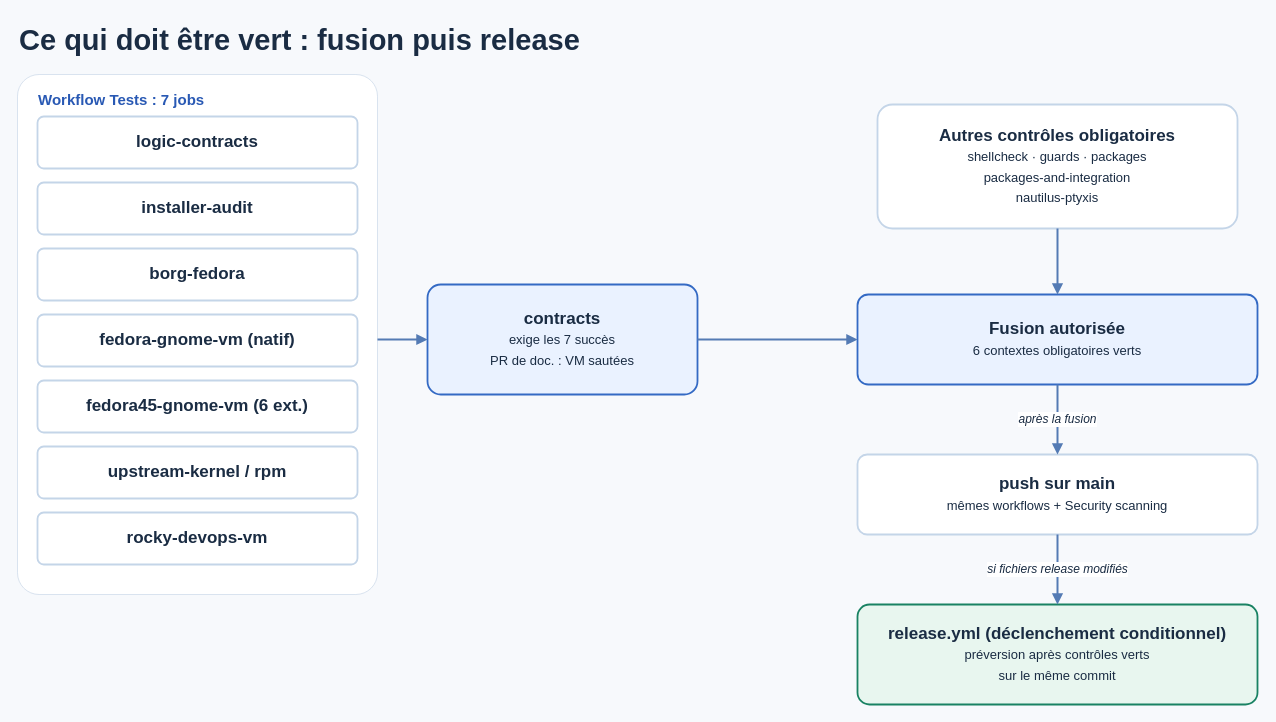
Before: docs/assets/diagrams/ci-fusion-release.drawio in mathiasseguincadiche/FEDORA_GNOME_CUSTOM, a draw.io diagram. Source tidied: cells renumbered, new cells numbered last; positions are measured from the earlier drawing's top-left corner, leaving out a move shared by most shapes. Both pictures are drawn from the tidied source at 100%, with x=0, y=0 at pixel (17, 17).
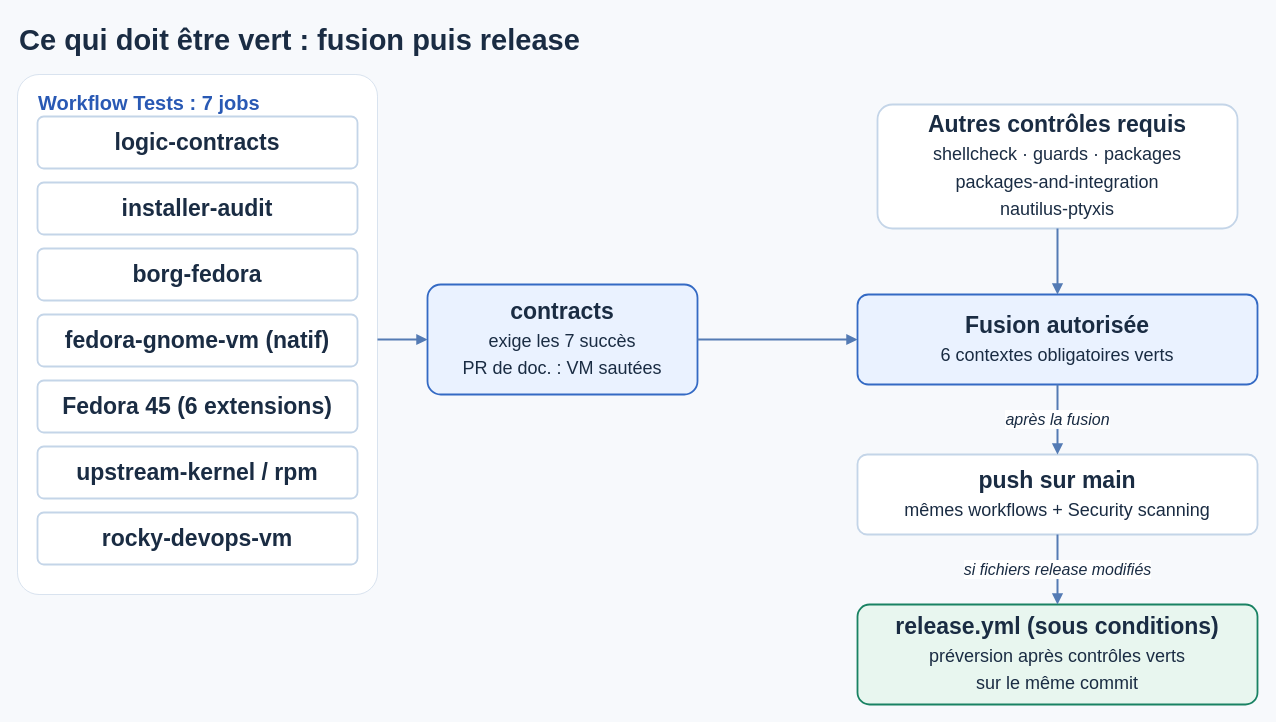
Above is the later version.

Diff of the diagram source:
```diff
@@
-    <mxCell id="3" value="Workflow Tests : 7 jobs" style="rounded=1;arcSize=6;whiteSpace=wrap;html=1;fillColor=#FFFFFF;strokeColor=#D9E3EF;fontColor=#2959B4;fontStyle=1;fontSize=15;fontFamily=Arial;verticalAlign=top;align=left;spacingLeft=19;spacingTop=10;" parent="1" vertex="1">
+    <mxCell id="3" value="Workflow Tests : 7 jobs" style="rounded=1;arcSize=6;whiteSpace=wrap;html=1;fillColor=#FFFFFF;strokeColor=#D9E3EF;fontColor=#2959B4;fontStyle=1;fontSize=20;fontFamily=Arial;verticalAlign=top;align=left;spacingLeft=19;spacingTop=10;" parent="1" vertex="1">
       <mxGeometry y="57" width="360" height="520" as="geometry" />
     </mxCell>
-    <mxCell id="4" value="&lt;b&gt;logic-contracts&lt;/b&gt;" style="rounded=1;arcSize=12;whiteSpace=wrap;html=1;fillColor=#FFFFFF;strokeColor=#C4D5E8;strokeWidth=1.8;fontColor=#1A2C43;fontSize=17;fontFamily=Arial;" parent="1" vertex="1">
+    <mxCell id="4" value="&lt;b&gt;logic-contracts&lt;/b&gt;" style="rounded=1;arcSize=12;whiteSpace=wrap;html=1;fillColor=#FFFFFF;strokeColor=#C4D5E8;strokeWidth=1.8;fontColor=#1A2C43;fontSize=23;fontFamily=Arial;" parent="1" vertex="1">
       <mxGeometry x="20" y="99" width="320" height="52" as="geometry" />
     </mxCell>
-    <mxCell id="5" value="&lt;b&gt;installer-audit&lt;/b&gt;" style="rounded=1;arcSize=12;whiteSpace=wrap;html=1;fillColor=#FFFFFF;strokeColor=#C4D5E8;strokeWidth=1.8;fontColor=#1A2C43;fontSize=17;fontFamily=Arial;" parent="1" vertex="1">
+    <mxCell id="5" value="&lt;b&gt;installer-audit&lt;/b&gt;" style="rounded=1;arcSize=12;whiteSpace=wrap;html=1;fillColor=#FFFFFF;strokeColor=#C4D5E8;strokeWidth=1.8;fontColor=#1A2C43;fontSize=23;fontFamily=Arial;" parent="1" vertex="1">
       <mxGeometry x="20" y="165" width="320" height="52" as="geometry" />
     </mxCell>
-    <mxCell id="6" value="&lt;b&gt;borg-fedora&lt;/b&gt;" style="rounded=1;arcSize=12;whiteSpace=wrap;html=1;fillColor=#FFFFFF;strokeColor=#C4D5E8;strokeWidth=1.8;fontColor=#1A2C43;fontSize=17;fontFamily=Arial;" parent="1" vertex="1">
+    <mxCell id="6" value="&lt;b&gt;borg-fedora&lt;/b&gt;" style="rounded=1;arcSize=12;whiteSpace=wrap;html=1;fillColor=#FFFFFF;strokeColor=#C4D5E8;strokeWidth=1.8;fontColor=#1A2C43;fontSize=23;fontFamily=Arial;" parent="1" vertex="1">
       <mxGeometry x="20" y="231" width="320" height="52" as="geometry" />
     </mxCell>
-    <mxCell id="7" value="&lt;b&gt;fedora-gnome-vm (natif)&lt;/b&gt;" style="rounded=1;arcSize=12;whiteSpace=wrap;html=1;fillColor=#FFFFFF;strokeColor=#C4D5E8;strokeWidth=1.8;fontColor=#1A2C43;fontSize=17;fontFamily=Arial;" parent="1" vertex="1">
+    <mxCell id="7" value="&lt;b&gt;fedora-gnome-vm (natif)&lt;/b&gt;" style="rounded=1;arcSize=12;whiteSpace=wrap;html=1;fillColor=#FFFFFF;strokeColor=#C4D5E8;strokeWidth=1.8;fontColor=#1A2C43;fontSize=23;fontFamily=Arial;" parent="1" vertex="1">
       <mxGeometry x="20" y="297" width="320" height="52" as="geometry" />
     </mxCell>
-    <mxCell id="8" value="&lt;b&gt;fedora45-gnome-vm (6 ext.)&lt;/b&gt;" style="rounded=1;arcSize=12;whiteSpace=wrap;html=1;fillColor=#FFFFFF;strokeColor=#C4D5E8;strokeWidth=1.8;fontColor=#1A2C43;fontSize=17;fontFamily=Arial;" parent="1" vertex="1">
+    <mxCell id="8" value="&lt;b&gt;Fedora 45 (6 extensions)&lt;/b&gt;" style="rounded=1;arcSize=12;whiteSpace=wrap;html=1;fillColor=#FFFFFF;strokeColor=#C4D5E8;strokeWidth=1.8;fontColor=#1A2C43;fontSize=23;fontFamily=Arial;" parent="1" vertex="1">
       <mxGeometry x="20" y="363" width="320" height="52" as="geometry" />
     </mxCell>
-    <mxCell id="9" value="&lt;b&gt;upstream-kernel / rpm&lt;/b&gt;" style="rounded=1;arcSize=12;whiteSpace=wrap;html=1;fillColor=#FFFFFF;strokeColor=#C4D5E8;strokeWidth=1.8;fontColor=#1A2C43;fontSize=17;fontFamily=Arial;" parent="1" vertex="1">
+    <mxCell id="9" value="&lt;b&gt;upstream-kernel / rpm&lt;/b&gt;" style="rounded=1;arcSize=12;whiteSpace=wrap;html=1;fillColor=#FFFFFF;strokeColor=#C4D5E8;strokeWidth=1.8;fontColor=#1A2C43;fontSize=23;fontFamily=Arial;" parent="1" vertex="1">
       <mxGeometry x="20" y="429" width="320" height="52" as="geometry" />
     </mxCell>
-    <mxCell id="10" value="&lt;b&gt;rocky-devops-vm&lt;/b&gt;" style="rounded=1;arcSize=12;whiteSpace=wrap;html=1;fillColor=#FFFFFF;strokeColor=#C4D5E8;strokeWidth=1.8;fontColor=#1A2C43;fontSize=17;fontFamily=Arial;" parent="1" vertex="1">
+    <mxCell id="10" value="&lt;b&gt;rocky-devops-vm&lt;/b&gt;" style="rounded=1;arcSize=12;whiteSpace=wrap;html=1;fillColor=#FFFFFF;strokeColor=#C4D5E8;strokeWidth=1.8;fontColor=#1A2C43;fontSize=23;fontFamily=Arial;" parent="1" vertex="1">
       <mxGeometry x="20" y="495" width="320" height="52" as="geometry" />
     </mxCell>
-    <mxCell id="11" value="&lt;b&gt;contracts&lt;/b&gt;&lt;br&gt;&lt;span style=&quot;font-size:13px&quot;&gt;exige les 7 succès&lt;/span&gt;&lt;br&gt;&lt;span style=&quot;font-size:13px&quot;&gt;PR de doc. : VM sautées&lt;/span&gt;" style="rounded=1;arcSize=12;whiteSpace=wrap;html=1;fillColor=#EAF2FF;strokeColor=#346AC4;strokeWidth=1.8;fontColor=#1A2C43;fontSize=17;fontFamily=Arial;" parent="1" vertex="1">
+    <mxCell id="11" value="&lt;b&gt;contracts&lt;/b&gt;&lt;br&gt;&lt;span style=&quot;font-size:18px&quot;&gt;exige les 7 succès&lt;/span&gt;&lt;br&gt;&lt;span style=&quot;font-size:18px&quot;&gt;PR de doc. : VM sautées&lt;/span&gt;" style="rounded=1;arcSize=12;whiteSpace=wrap;html=1;fillColor=#EAF2FF;strokeColor=#346AC4;strokeWidth=1.8;fontColor=#1A2C43;fontSize=23;fontFamily=Arial;" parent="1" vertex="1">
       <mxGeometry x="410" y="267" width="270" height="110" as="geometry" />
     </mxCell>
-    <mxCell id="12" value="&lt;b&gt;Autres contrôles obligatoires&lt;/b&gt;&lt;br&gt;&lt;span style=&quot;font-size:13px&quot;&gt;shellcheck · guards · packages&lt;/span&gt;&lt;br&gt;&lt;span style=&quot;font-size:13px&quot;&gt;packages-and-integration&lt;/span&gt;&lt;br&gt;&lt;span style=&quot;font-size:13px&quot;&gt;nautilus-ptyxis&lt;/span&gt;" style="rounded=1;arcSize=12;whiteSpace=wrap;html=1;fillColor=#FFFFFF;strokeColor=#C4D5E8;strokeWidth=1.8;fontColor=#1A2C43;fontSize=17;fontFamily=Arial;" parent="1" vertex="1">
+    <mxCell id="12" value="&lt;b&gt;Autres contrôles requis&lt;/b&gt;&lt;br&gt;&lt;span style=&quot;font-size:18px&quot;&gt;shellcheck · guards · packages&lt;/span&gt;&lt;br&gt;&lt;span style=&quot;font-size:18px&quot;&gt;packages-and-integration&lt;/span&gt;&lt;br&gt;&lt;span style=&quot;font-size:18px&quot;&gt;nautilus-ptyxis&lt;/span&gt;" style="rounded=1;arcSize=12;whiteSpace=wrap;html=1;fillColor=#FFFFFF;strokeColor=#C4D5E8;strokeWidth=1.8;fontColor=#1A2C43;fontSize=23;fontFamily=Arial;" parent="1" vertex="1">
       <mxGeometry x="860" y="87" width="360" height="124" as="geometry" />
     </mxCell>
-    <mxCell id="13" value="&lt;b&gt;Fusion autorisée&lt;/b&gt;&lt;br&gt;&lt;span style=&quot;font-size:13px&quot;&gt;6 contextes obligatoires verts&lt;/span&gt;" style="rounded=1;arcSize=12;whiteSpace=wrap;html=1;fillColor=#EAF2FF;strokeColor=#346AC4;strokeWidth=1.8;fontColor=#1A2C43;fontSize=17;fontFamily=Arial;" parent="1" vertex="1">
+    <mxCell id="13" value="&lt;b&gt;Fusion autorisée&lt;/b&gt;&lt;br&gt;&lt;span style=&quot;font-size:18px&quot;&gt;6 contextes obligatoires verts&lt;/span&gt;" style="rounded=1;arcSize=12;whiteSpace=wrap;html=1;fillColor=#EAF2FF;strokeColor=#346AC4;strokeWidth=1.8;fontColor=#1A2C43;fontSize=23;fontFamily=Arial;" parent="1" vertex="1">
       <mxGeometry x="840" y="277" width="400" height="90" as="geometry" />
     </mxCell>
-    <mxCell id="14" value="&lt;b&gt;push sur main&lt;/b&gt;&lt;br&gt;&lt;span style=&quot;font-size:13px&quot;&gt;mêmes workflows + Security scanning&lt;/span&gt;" style="rounded=1;arcSize=12;whiteSpace=wrap;html=1;fillColor=#FFFFFF;strokeColor=#C4D5E8;strokeWidth=1.8;fontColor=#1A2C43;fontSize=17;fontFamily=Arial;" parent="1" vertex="1">
+    <mxCell id="14" value="&lt;b&gt;push sur main&lt;/b&gt;&lt;br&gt;&lt;span style=&quot;font-size:18px&quot;&gt;mêmes workflows + Security scanning&lt;/span&gt;" style="rounded=1;arcSize=12;whiteSpace=wrap;html=1;fillColor=#FFFFFF;strokeColor=#C4D5E8;strokeWidth=1.8;fontColor=#1A2C43;fontSize=23;fontFamily=Arial;" parent="1" vertex="1">
       <mxGeometry x="840" y="437" width="400" height="80" as="geometry" />
     </mxCell>
-    <mxCell id="15" value="&lt;b&gt;release.yml (déclenchement conditionnel)&lt;/b&gt;&lt;br&gt;&lt;span style=&quot;font-size:13px&quot;&gt;préversion après contrôles verts&lt;/span&gt;&lt;br&gt;&lt;span style=&quot;font-size:13px&quot;&gt;sur le même commit&lt;/span&gt;" style="rounded=1;arcSize=12;whiteSpace=wrap;html=1;fillColor=#E8F6EF;strokeColor=#198263;strokeWidth=1.8;fontColor=#1A2C43;fontSize=17;fontFamily=Arial;" parent="1" vertex="1">
+    <mxCell id="15" value="&lt;b&gt;release.yml (sous conditions)&lt;/b&gt;&lt;br&gt;&lt;span style=&quot;font-size:18px&quot;&gt;préversion après contrôles verts&lt;/span&gt;&lt;br&gt;&lt;span style=&quot;font-size:18px&quot;&gt;sur le même commit&lt;/span&gt;" style="rounded=1;arcSize=12;whiteSpace=wrap;html=1;fillColor=#E8F6EF;strokeColor=#198263;strokeWidth=1.8;fontColor=#1A2C43;fontSize=23;fontFamily=Arial;" parent="1" vertex="1">
       <mxGeometry x="840" y="587" width="400" height="100" as="geometry" />
     </mxCell>
-    <mxCell id="16" style="endArrow=block;endFill=1;html=1;strokeColor=#547BB4;strokeWidth=2;fontColor=#1A2C43;fontSize=12;fontStyle=2;fontFamily=Arial;labelBackgroundColor=#FFFFFF;exitX=1.0000;exitY=0.5096;exitDx=0;exitDy=0;entryX=0.0000;entryY=0.5000;entryDx=0;entryDy=0;" parent="1" edge="1" source="3" target="11">
+    <mxCell id="16" style="endArrow=block;endFill=1;html=1;strokeColor=#547BB4;strokeWidth=2;fontColor=#1A2C43;fontSize=16;fontStyle=2;fontFamily=Arial;labelBackgroundColor=#FFFFFF;exitX=1.0000;exitY=0.5096;exitDx=0;exitDy=0;entryX=0.0000;entryY=0.5000;entryDx=0;entryDy=0;" parent="1" edge="1" source="3" target="11">
       <mxGeometry relative="1" as="geometry" />
     </mxCell>
-    <mxCell id="17" style="endArrow=block;endFill=1;html=1;strokeColor=#547BB4;strokeWidth=2;fontColor=#1A2C43;fontSize=12;fontStyle=2;fontFamily=Arial;labelBackgroundColor=#FFFFFF;exitX=1.0000;exitY=0.5000;exitDx=0;exitDy=0;entryX=0.0000;entryY=0.5000;entryDx=0;entryDy=0;" parent="1" edge="1" source="11" target="13">
+    <mxCell id="17" style="endArrow=block;endFill=1;html=1;strokeColor=#547BB4;strokeWidth=2;fontColor=#1A2C43;fontSize=16;fontStyle=2;fontFamily=Arial;labelBackgroundColor=#FFFFFF;exitX=1.0000;exitY=0.5000;exitDx=0;exitDy=0;entryX=0.0000;entryY=0.5000;entryDx=0;entryDy=0;" parent="1" edge="1" source="11" target="13">
       <mxGeometry relative="1" as="geometry" />
     </mxCell>
-    <mxCell id="18" style="endArrow=block;endFill=1;html=1;strokeColor=#547BB4;strokeWidth=2;fontColor=#1A2C43;fontSize=12;fontStyle=2;fontFamily=Arial;labelBackgroundColor=#FFFFFF;exitX=0.5000;exitY=1.0000;exitDx=0;exitDy=0;entryX=0.5000;entryY=0.0000;entryDx=0;entryDy=0;" parent="1" edge="1" source="12" target="13">
+    <mxCell id="18" style="endArrow=block;endFill=1;html=1;strokeColor=#547BB4;strokeWidth=2;fontColor=#1A2C43;fontSize=16;fontStyle=2;fontFamily=Arial;labelBackgroundColor=#FFFFFF;exitX=0.5000;exitY=1.0000;exitDx=0;exitDy=0;entryX=0.5000;entryY=0.0000;entryDx=0;entryDy=0;" parent="1" edge="1" source="12" target="13">
       <mxGeometry relative="1" as="geometry" />
     </mxCell>
-    <mxCell id="19" value="après la fusion" style="endArrow=block;endFill=1;html=1;strokeColor=#547BB4;strokeWidth=2;fontColor=#1A2C43;fontSize=12;fontStyle=2;fontFamily=Arial;labelBackgroundColor=#FFFFFF;exitX=0.5000;exitY=1.0000;exitDx=0;exitDy=0;entryX=0.5000;entryY=0.0000;entryDx=0;entryDy=0;" parent="1" edge="1" source="13" target="14">
+    <mxCell id="19" value="après la fusion" style="endArrow=block;endFill=1;html=1;strokeColor=#547BB4;strokeWidth=2;fontColor=#1A2C43;fontSize=16;fontStyle=2;fontFamily=Arial;labelBackgroundColor=#FFFFFF;exitX=0.5000;exitY=1.0000;exitDx=0;exitDy=0;entryX=0.5000;entryY=0.0000;entryDx=0;entryDy=0;" parent="1" edge="1" source="13" target="14">
       <mxGeometry relative="1" as="geometry" />
     </mxCell>
-    <mxCell id="20" value="si fichiers release modifiés" style="endArrow=block;endFill=1;html=1;strokeColor=#547BB4;strokeWidth=2;fontColor=#1A2C43;fontSize=12;fontStyle=2;fontFamily=Arial;labelBackgroundColor=#FFFFFF;exitX=0.5000;exitY=1.0000;exitDx=0;exitDy=0;entryX=0.5000;entryY=0.0000;entryDx=0;entryDy=0;" parent="1" edge="1" source="14" target="15">
+    <mxCell id="20" value="si fichiers release modifiés" style="endArrow=block;endFill=1;html=1;strokeColor=#547BB4;strokeWidth=2;fontColor=#1A2C43;fontSize=16;fontStyle=2;fontFamily=Arial;labelBackgroundColor=#FFFFFF;exitX=0.5000;exitY=1.0000;exitDx=0;exitDy=0;entryX=0.5000;entryY=0.0000;entryDx=0;entryDy=0;" parent="1" edge="1" source="14" target="15">
       <mxGeometry relative="1" as="geometry" />
     </mxCell>
```
